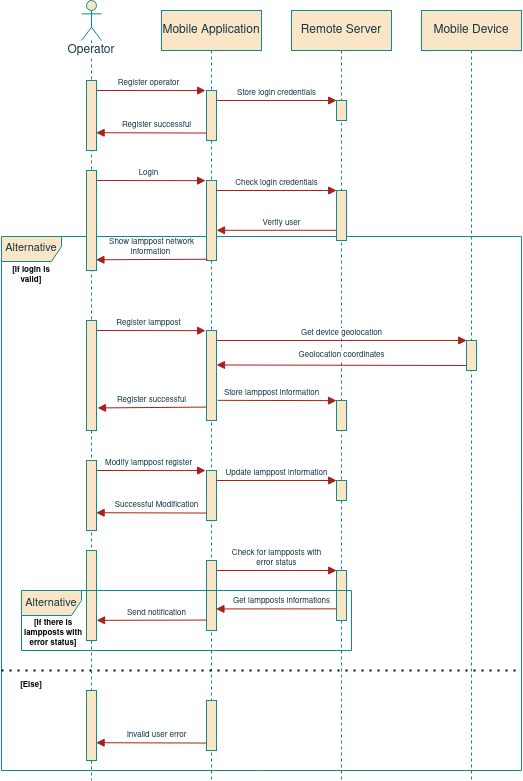
Before: project/report/images/06remote_system/AppSystem_SeqDiagram.png, a diagram exported from draw.io (ESRGgroup9/slipad). Source tidied: cells renumbered, new cells last; positions are measured from the earlier drawing's top-left corner, leaving out a move shared by most shapes.
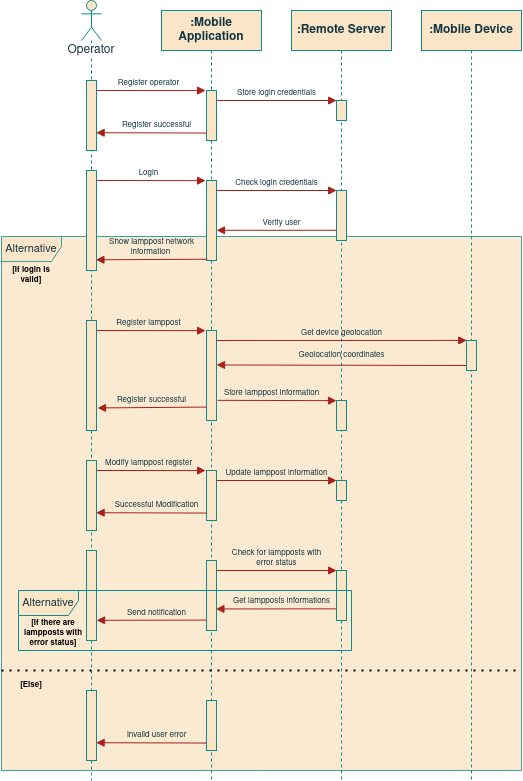
Above is the later version.

Diff of the diagram source:
```diff
@@ -2,7 +2,7 @@
   <root>
     <mxCell id="0" />
     <mxCell id="1" parent="0" />
-    <mxCell id="2" value="&lt;font style=&quot;font-size: 11px&quot;&gt;Alternative&lt;/font&gt;" style="shape=umlFrame;whiteSpace=wrap;html=1;width=60;height=25;fillColor=#FAE5C7;strokeColor=#0F8B8D;fontColor=#143642;" parent="1" vertex="1">
+    <mxCell id="2" value="&lt;font style=&quot;font-size: 11px&quot;&gt;Alternative&lt;/font&gt;" style="shape=umlFrame;whiteSpace=wrap;html=1;width=60;height=25;fillColor=#FAE5C7;strokeColor=#0F8B8D;fontColor=#143642;swimlaneFillColor=#FAE5C7;opacity=80;" parent="1" vertex="1">
       <mxGeometry y="236" width="520" height="534" as="geometry" />
     </mxCell>
     <mxCell id="3" value="Register operator" style="html=1;verticalAlign=bottom;endArrow=block;rounded=0;entryX=-0.086;entryY=0.002;entryDx=0;entryDy=0;entryPerimeter=0;fontSize=8;labelBackgroundColor=none;strokeColor=#A8201A;fontColor=#143642;" parent="1" edge="1" target="7">
@@ -16,7 +16,7 @@
     <mxCell id="5" style="html=1;points=[];perimeter=orthogonalPerimeter;fillColor=#FAE5C7;strokeColor=#0F8B8D;fontColor=#143642;" parent="4" vertex="1">
       <mxGeometry x="5" y="80" width="10" height="70" as="geometry" />
     </mxCell>
-    <mxCell id="6" value="Mobile Application" style="shape=umlLifeline;perimeter=lifelinePerimeter;whiteSpace=wrap;html=1;fillColor=#FAE5C7;strokeColor=#0F8B8D;fontColor=#143642;" parent="1" vertex="1">
+    <mxCell id="6" value="&lt;b&gt;:Mobile Application&lt;/b&gt;" style="shape=umlLifeline;perimeter=lifelinePerimeter;whiteSpace=wrap;html=1;fillColor=#FAE5C7;strokeColor=#0F8B8D;fontColor=#143642;" parent="1" vertex="1">
       <mxGeometry x="160" y="10" width="100" height="770" as="geometry" />
     </mxCell>
     <mxCell id="7" style="html=1;points=[];perimeter=orthogonalPerimeter;fillColor=#FAE5C7;strokeColor=#0F8B8D;fontColor=#143642;" parent="6" vertex="1">
@@ -27,7 +27,7 @@
         <mxPoint x="55" y="90" as="sourcePoint" />
       </mxGeometry>
     </mxCell>
-    <mxCell id="9" value="Remote Server" style="shape=umlLifeline;perimeter=lifelinePerimeter;whiteSpace=wrap;html=1;fillColor=#FAE5C7;strokeColor=#0F8B8D;fontColor=#143642;" parent="1" vertex="1">
+    <mxCell id="9" value="&lt;b&gt;:Remote Server&lt;/b&gt;" style="shape=umlLifeline;perimeter=lifelinePerimeter;whiteSpace=wrap;html=1;fillColor=#FAE5C7;strokeColor=#0F8B8D;fontColor=#143642;" parent="1" vertex="1">
       <mxGeometry x="290" y="10" width="100" height="770" as="geometry" />
     </mxCell>
     <mxCell id="10" style="html=1;points=[];perimeter=orthogonalPerimeter;fillColor=#FAE5C7;strokeColor=#0F8B8D;fontColor=#143642;" parent="9" vertex="1">
@@ -66,10 +66,10 @@
     <mxCell id="19" style="html=1;points=[];perimeter=orthogonalPerimeter;fillColor=#FAE5C7;strokeColor=#0F8B8D;fontColor=#143642;" parent="9" vertex="1">
       <mxGeometry x="-85" y="320" width="10" height="90" as="geometry" />
     </mxCell>
-    <mxCell id="20" value="Register successful" style="html=1;verticalAlign=bottom;endArrow=block;rounded=0;fontSize=8;labelBackgroundColor=default;strokeColor=#A8201A;fontColor=#143642;labelBorderColor=none;exitX=0.02;exitY=0.851;exitDx=0;exitDy=0;exitPerimeter=0;entryX=1.105;entryY=0.795;entryDx=0;entryDy=0;entryPerimeter=0;" parent="9" edge="1" source="19" target="18">
+    <mxCell id="20" value="Register successful" style="html=1;verticalAlign=bottom;endArrow=block;rounded=0;fontSize=8;labelBackgroundColor=none;strokeColor=#A8201A;fontColor=#143642;labelBorderColor=none;exitX=0.02;exitY=0.851;exitDx=0;exitDy=0;exitPerimeter=0;entryX=1.105;entryY=0.795;entryDx=0;entryDy=0;entryPerimeter=0;" parent="9" edge="1" source="19" target="18">
       <mxGeometry x="0.01" relative="1" as="geometry" />
     </mxCell>
-    <mxCell id="21" value="Get device geolocation" style="html=1;verticalAlign=bottom;endArrow=block;rounded=0;entryX=0.029;entryY=-0.003;entryDx=0;entryDy=0;entryPerimeter=0;fontSize=8;labelBackgroundColor=default;strokeColor=#A8201A;fontColor=#143642;" parent="9" edge="1" target="42">
+    <mxCell id="21" value="Get device geolocation" style="html=1;verticalAlign=bottom;endArrow=block;rounded=0;entryX=0.029;entryY=-0.003;entryDx=0;entryDy=0;entryPerimeter=0;fontSize=8;labelBackgroundColor=none;strokeColor=#A8201A;fontColor=#143642;" parent="9" edge="1" target="42">
       <mxGeometry relative="1" as="geometry">
         <mxPoint x="-75" y="330" as="sourcePoint" />
       </mxGeometry>
@@ -77,7 +77,7 @@
     <mxCell id="22" style="html=1;points=[];perimeter=orthogonalPerimeter;fillColor=#FAE5C7;strokeColor=#0F8B8D;fontColor=#143642;" parent="9" vertex="1">
       <mxGeometry x="45" y="390" width="10" height="30" as="geometry" />
     </mxCell>
-    <mxCell id="23" value="Store lamppost information" style="html=1;verticalAlign=bottom;endArrow=block;rounded=0;fontSize=8;labelBackgroundColor=default;strokeColor=#A8201A;fontColor=#143642;labelBorderColor=none;exitX=1.114;exitY=0.776;exitDx=0;exitDy=0;exitPerimeter=0;entryX=0.007;entryY=0.005;entryDx=0;entryDy=0;entryPerimeter=0;" parent="9" edge="1" source="19" target="22">
+    <mxCell id="23" value="Store lamppost information" style="html=1;verticalAlign=bottom;endArrow=block;rounded=0;fontSize=8;labelBackgroundColor=none;strokeColor=#A8201A;fontColor=#143642;labelBorderColor=none;exitX=1.114;exitY=0.776;exitDx=0;exitDy=0;exitPerimeter=0;entryX=0.007;entryY=0.005;entryDx=0;entryDy=0;entryPerimeter=0;" parent="9" edge="1" source="19" target="22">
       <mxGeometry x="-0.09" relative="1" as="geometry" />
     </mxCell>
     <mxCell id="24" value="Modify lamppost register" style="html=1;verticalAlign=bottom;endArrow=block;rounded=0;entryX=-0.086;entryY=0.002;entryDx=0;entryDy=0;entryPerimeter=0;fontSize=8;labelBackgroundColor=none;strokeColor=#A8201A;fontColor=#143642;" parent="9" edge="1" target="26">
@@ -99,7 +99,7 @@
     <mxCell id="28" style="html=1;points=[];perimeter=orthogonalPerimeter;fillColor=#FAE5C7;strokeColor=#0F8B8D;fontColor=#143642;" parent="9" vertex="1">
       <mxGeometry x="45" y="470" width="10" height="20" as="geometry" />
     </mxCell>
-    <mxCell id="29" value="Successful Modification" style="html=1;verticalAlign=bottom;endArrow=block;rounded=0;fontSize=8;labelBackgroundColor=default;strokeColor=#A8201A;fontColor=#143642;labelBorderColor=none;exitX=0.02;exitY=0.851;exitDx=0;exitDy=0;exitPerimeter=0;entryX=0.962;entryY=0.746;entryDx=0;entryDy=0;entryPerimeter=0;" parent="9" edge="1" source="26" target="25">
+    <mxCell id="29" value="Successful Modification" style="html=1;verticalAlign=bottom;endArrow=block;rounded=0;fontSize=8;labelBackgroundColor=none;strokeColor=#A8201A;fontColor=#143642;labelBorderColor=none;exitX=0.02;exitY=0.851;exitDx=0;exitDy=0;exitPerimeter=0;entryX=0.962;entryY=0.746;entryDx=0;entryDy=0;entryPerimeter=0;" parent="9" edge="1" source="26" target="25">
       <mxGeometry x="-0.09" relative="1" as="geometry" />
     </mxCell>
     <mxCell id="30" style="html=1;points=[];perimeter=orthogonalPerimeter;fillColor=#FAE5C7;strokeColor=#0F8B8D;fontColor=#143642;" parent="9" vertex="1">
@@ -116,13 +116,13 @@
     <mxCell id="33" style="html=1;points=[];perimeter=orthogonalPerimeter;fillColor=#FAE5C7;strokeColor=#0F8B8D;fontColor=#143642;" parent="9" vertex="1">
       <mxGeometry x="45" y="560" width="10" height="50" as="geometry" />
     </mxCell>
-    <mxCell id="34" value="Send notification" style="html=1;verticalAlign=bottom;endArrow=block;rounded=0;fontSize=8;labelBackgroundColor=default;strokeColor=#A8201A;fontColor=#143642;labelBorderColor=none;exitX=0.02;exitY=0.851;exitDx=0;exitDy=0;exitPerimeter=0;entryX=1.01;entryY=0.776;entryDx=0;entryDy=0;entryPerimeter=0;" parent="9" edge="1" source="31" target="30">
+    <mxCell id="34" value="Send notification" style="html=1;verticalAlign=bottom;endArrow=block;rounded=0;fontSize=8;labelBackgroundColor=none;strokeColor=#A8201A;fontColor=#143642;labelBorderColor=none;exitX=0.02;exitY=0.851;exitDx=0;exitDy=0;exitPerimeter=0;entryX=1.01;entryY=0.776;entryDx=0;entryDy=0;entryPerimeter=0;" parent="9" edge="1" source="31" target="30">
       <mxGeometry x="-0.09" relative="1" as="geometry" />
     </mxCell>
-    <mxCell id="35" value="Get lampposts informations" style="html=1;verticalAlign=bottom;endArrow=block;rounded=0;fontSize=8;labelBackgroundColor=default;strokeColor=#A8201A;fontColor=#143642;labelBorderColor=none;exitX=0;exitY=0.767;exitDx=0;exitDy=0;exitPerimeter=0;entryX=0.943;entryY=0.692;entryDx=0;entryDy=0;entryPerimeter=0;" parent="9" edge="1" source="33" target="31">
+    <mxCell id="35" value="Get lampposts informations" style="html=1;verticalAlign=bottom;endArrow=block;rounded=0;fontSize=8;labelBackgroundColor=none;strokeColor=#A8201A;fontColor=#143642;labelBorderColor=none;exitX=0;exitY=0.767;exitDx=0;exitDy=0;exitPerimeter=0;entryX=0.943;entryY=0.692;entryDx=0;entryDy=0;entryPerimeter=0;" parent="9" edge="1" source="33" target="31">
       <mxGeometry x="-0.09" relative="1" as="geometry" />
     </mxCell>
-    <mxCell id="36" value="&lt;div&gt;Show lamppost network&lt;/div&gt;&lt;div&gt;information&amp;nbsp; &lt;/div&gt;" style="html=1;verticalAlign=bottom;endArrow=block;rounded=0;fontSize=8;labelBackgroundColor=default;strokeColor=#A8201A;fontColor=#143642;labelBorderColor=none;exitX=0.086;exitY=0.984;exitDx=0;exitDy=0;exitPerimeter=0;entryX=0.943;entryY=0.893;entryDx=0;entryDy=0;entryPerimeter=0;" parent="9" edge="1" source="13" target="12">
+    <mxCell id="36" value="&lt;div&gt;Show lamppost network&lt;/div&gt;&lt;div&gt;information&amp;nbsp; &lt;/div&gt;" style="html=1;verticalAlign=bottom;endArrow=block;rounded=0;fontSize=8;labelBackgroundColor=none;strokeColor=#A8201A;fontColor=#143642;labelBorderColor=none;exitX=0.086;exitY=0.984;exitDx=0;exitDy=0;exitPerimeter=0;entryX=0.943;entryY=0.893;entryDx=0;entryDy=0;entryPerimeter=0;" parent="9" edge="1" source="13" target="12">
       <mxGeometry x="0.01" relative="1" as="geometry" />
     </mxCell>
     <mxCell id="37" style="html=1;points=[];perimeter=orthogonalPerimeter;fillColor=#FAE5C7;strokeColor=#0F8B8D;fontColor=#143642;" parent="9" vertex="1">
@@ -131,13 +131,13 @@
     <mxCell id="38" style="html=1;points=[];perimeter=orthogonalPerimeter;fillColor=#FAE5C7;strokeColor=#0F8B8D;fontColor=#143642;" parent="9" vertex="1">
       <mxGeometry x="-85" y="690" width="10" height="50" as="geometry" />
     </mxCell>
-    <mxCell id="39" value="Invalid user error" style="html=1;verticalAlign=bottom;endArrow=block;rounded=0;fontSize=8;labelBackgroundColor=default;strokeColor=#A8201A;fontColor=#143642;labelBorderColor=none;exitX=0.02;exitY=0.851;exitDx=0;exitDy=0;exitPerimeter=0;entryX=0.962;entryY=0.746;entryDx=0;entryDy=0;entryPerimeter=0;" parent="9" edge="1" source="38" target="37">
+    <mxCell id="39" value="Invalid user error" style="html=1;verticalAlign=bottom;endArrow=block;rounded=0;fontSize=8;labelBackgroundColor=none;strokeColor=#A8201A;fontColor=#143642;labelBorderColor=none;exitX=0.02;exitY=0.851;exitDx=0;exitDy=0;exitPerimeter=0;entryX=0.962;entryY=0.746;entryDx=0;entryDy=0;entryPerimeter=0;" parent="9" edge="1" source="38" target="37">
       <mxGeometry x="-0.09" relative="1" as="geometry" />
     </mxCell>
     <mxCell id="40" value="Register successful" style="html=1;verticalAlign=bottom;endArrow=block;rounded=0;fontSize=8;labelBackgroundColor=default;strokeColor=#A8201A;fontColor=#143642;labelBorderColor=none;exitX=0.02;exitY=0.851;exitDx=0;exitDy=0;exitPerimeter=0;entryX=0.962;entryY=0.746;entryDx=0;entryDy=0;entryPerimeter=0;" parent="1" edge="1" source="7" target="5">
       <mxGeometry x="-0.09" relative="1" as="geometry" />
     </mxCell>
-    <mxCell id="41" value="Mobile Device" style="shape=umlLifeline;perimeter=lifelinePerimeter;whiteSpace=wrap;html=1;fillColor=#FAE5C7;strokeColor=#0F8B8D;fontColor=#143642;" parent="1" vertex="1">
+    <mxCell id="41" value="&lt;b&gt;:Mobile Device&lt;/b&gt;" style="shape=umlLifeline;perimeter=lifelinePerimeter;whiteSpace=wrap;html=1;fillColor=#FAE5C7;strokeColor=#0F8B8D;fontColor=#143642;" parent="1" vertex="1">
       <mxGeometry x="420" y="10" width="100" height="770" as="geometry" />
     </mxCell>
     <mxCell id="42" style="html=1;points=[];perimeter=orthogonalPerimeter;fillColor=#FAE5C7;strokeColor=#0F8B8D;fontColor=#143642;" parent="41" vertex="1">
@@ -146,7 +146,7 @@
     <mxCell id="43" style="html=1;verticalAlign=bottom;endArrow=block;rounded=0;fontSize=8;labelBackgroundColor=default;strokeColor=#A8201A;fontColor=#143642;exitX=0.029;exitY=0.833;exitDx=0;exitDy=0;exitPerimeter=0;entryX=1;entryY=0.383;entryDx=0;entryDy=0;entryPerimeter=0;" parent="1" edge="1" source="42" target="19">
       <mxGeometry relative="1" as="geometry" />
     </mxCell>
-    <mxCell id="44" value="Geolocation coordinates" style="edgeLabel;html=1;align=center;verticalAlign=middle;fontSize=8;fontColor=#143642;" parent="43" vertex="1">
+    <mxCell id="44" value="Geolocation coordinates" style="edgeLabel;html=1;align=center;verticalAlign=middle;fontSize=8;fontColor=#143642;labelBackgroundColor=none;" parent="43" vertex="1">
       <mxGeometry x="0.07" y="-1" relative="1" as="geometry">
         <mxPoint x="8" y="-9" as="offset" />
       </mxGeometry>
@@ -163,9 +163,9 @@
       <mxGeometry y="670" width="60" height="30" as="geometry" />
     </mxCell>
     <mxCell id="48" value="&lt;font style=&quot;font-size: 11px&quot;&gt;Alternative&lt;/font&gt;" style="shape=umlFrame;whiteSpace=wrap;html=1;width=60;height=25;fillColor=#FAE5C7;strokeColor=#0F8B8D;fontColor=#143642;" parent="1" vertex="1">
-      <mxGeometry x="20" y="590" width="330" height="60" as="geometry" />
+      <mxGeometry x="17" y="590" width="333" height="60" as="geometry" />
     </mxCell>
-    <mxCell id="49" value="&lt;div&gt;[If there is lampposts with error status]&lt;br&gt;&lt;/div&gt;" style="text;html=1;strokeColor=none;fillColor=none;align=center;verticalAlign=middle;whiteSpace=wrap;rounded=0;fontSize=8;fontStyle=1;" parent="1" vertex="1">
+    <mxCell id="49" value="&lt;div&gt;[If there are lampposts with error status]&lt;br&gt;&lt;/div&gt;" style="text;html=1;strokeColor=none;fillColor=none;align=center;verticalAlign=middle;whiteSpace=wrap;rounded=0;fontSize=8;fontStyle=1;" parent="1" vertex="1">
       <mxGeometry x="17" y="623" width="70" height="20" as="geometry" />
     </mxCell>
   </root>
```
